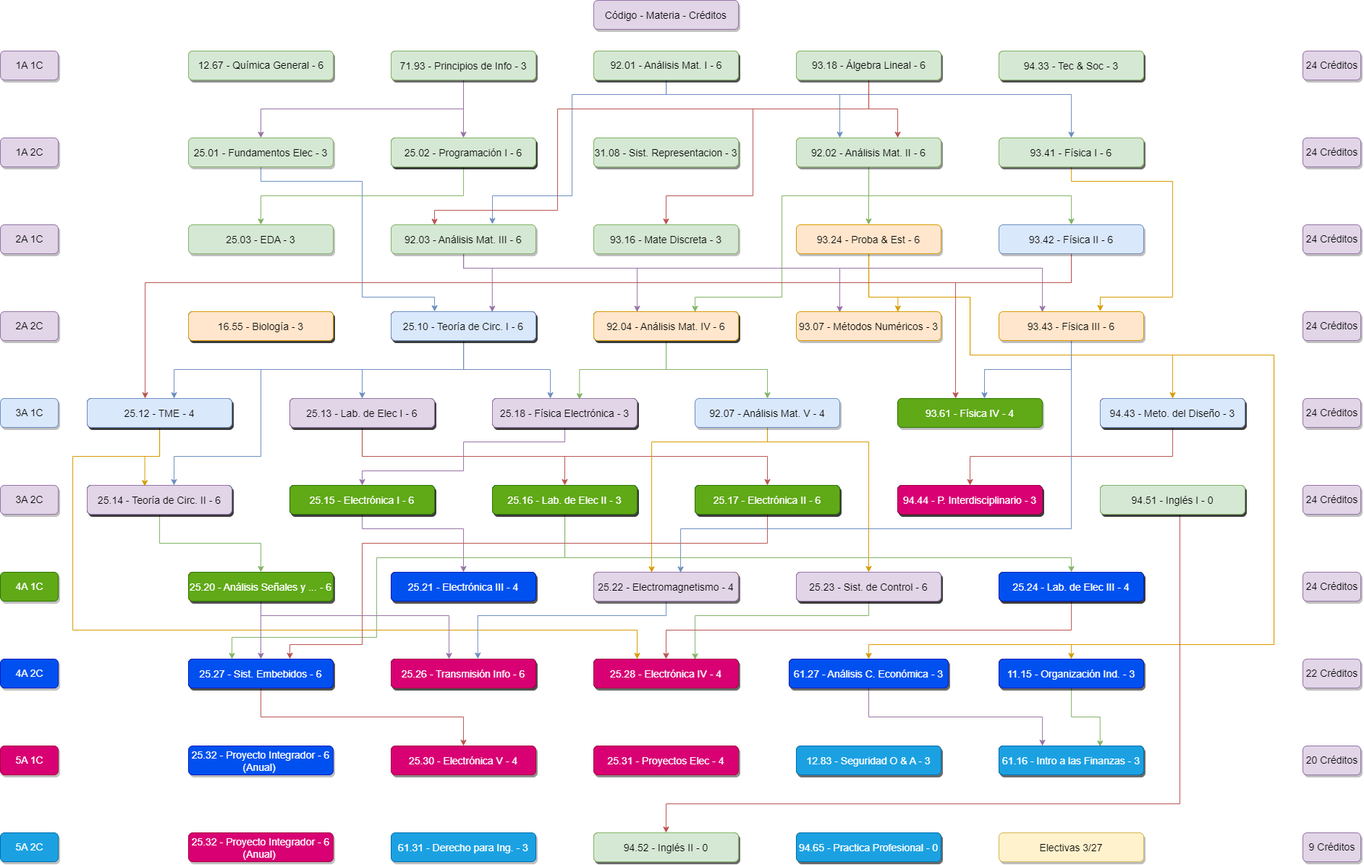
juanipla/K22 keeps this draw.io diagram as K22.drawio.png. Above is the earlier version. Source tidied: cells renumbered, new cells last; positions are measured from the earlier drawing's top-left corner, leaving out a move shared by most shapes.
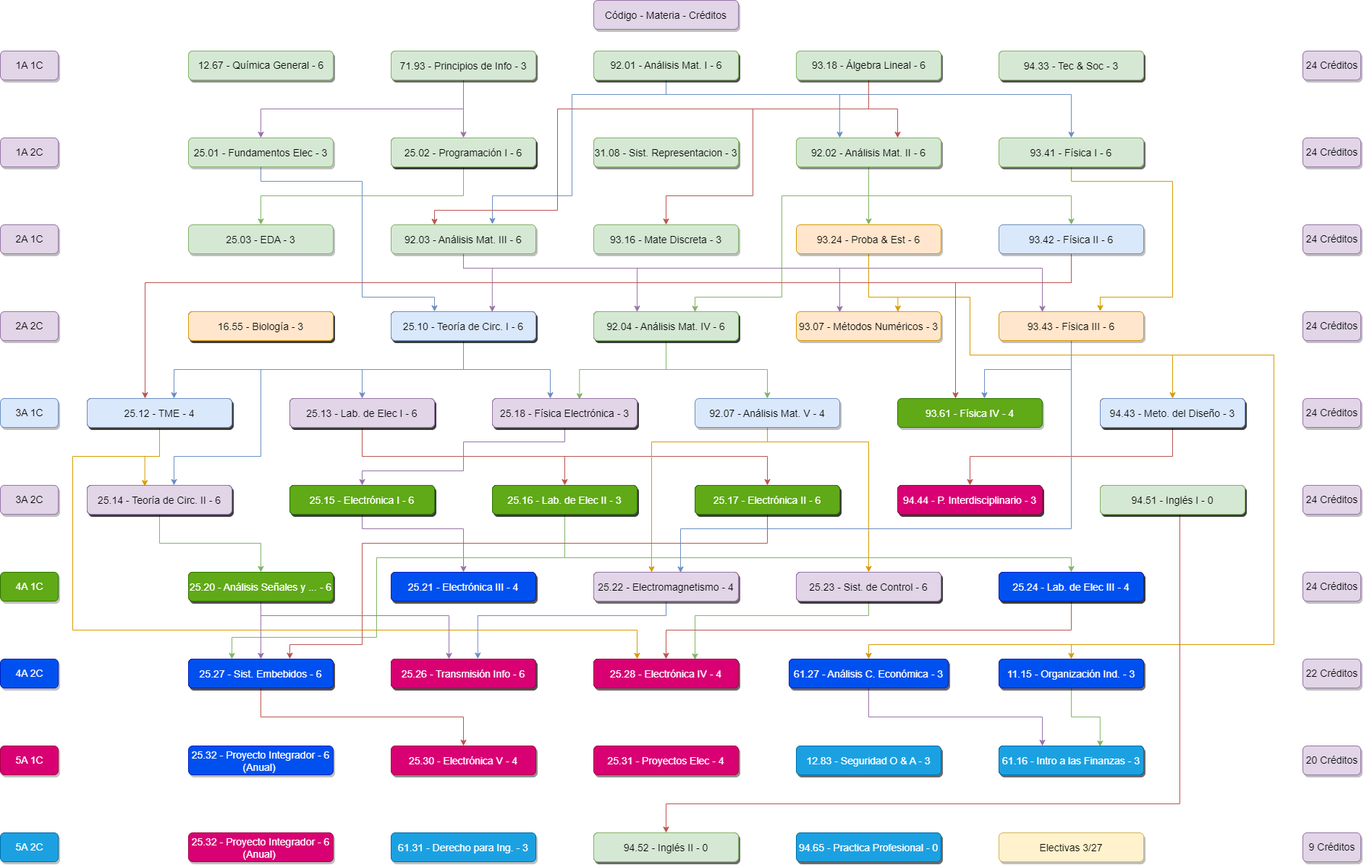
Later version of the same file.

Change to the diagram source:
```diff
@@ -859,7 +859,7 @@
     <mxCell id="196" value="25.10 - Teoría de Circ. I - 6" style="rounded=1;fillColor=#dae8fc;strokeColor=#6c8ebf;shadow=1;fontStyle=0;fontSize=14;labelBorderColor=none;labelBackgroundColor=none;" parent="1" vertex="1">
       <mxGeometry x="540" y="430" width="200" height="40" as="geometry" />
     </mxCell>
-    <mxCell id="197" value="92.04 - Análisis Mat. IV - 6" style="rounded=1;fillColor=#ffe6cc;strokeColor=#d79b00;shadow=1;fontStyle=0;fontSize=14;labelBorderColor=none;labelBackgroundColor=none;verticalAlign=middle;" parent="1" vertex="1">
+    <mxCell id="197" value="92.04 - Análisis Mat. IV - 6" style="rounded=1;fillColor=#d5e8d4;strokeColor=#82b366;shadow=1;fontStyle=0;fontSize=14;labelBorderColor=none;labelBackgroundColor=none;verticalAlign=middle;" parent="1" vertex="1">
       <mxGeometry x="820" y="430" width="200" height="40" as="geometry" />
     </mxCell>
     <mxCell id="198" value="25.18 - Física Electrónica - 3" style="rounded=1;fillColor=#e1d5e7;strokeColor=#9673a6;shadow=1;fontStyle=0;fontSize=14;labelBorderColor=none;labelBackgroundColor=none;verticalAlign=middle;" parent="1" vertex="1">
```
